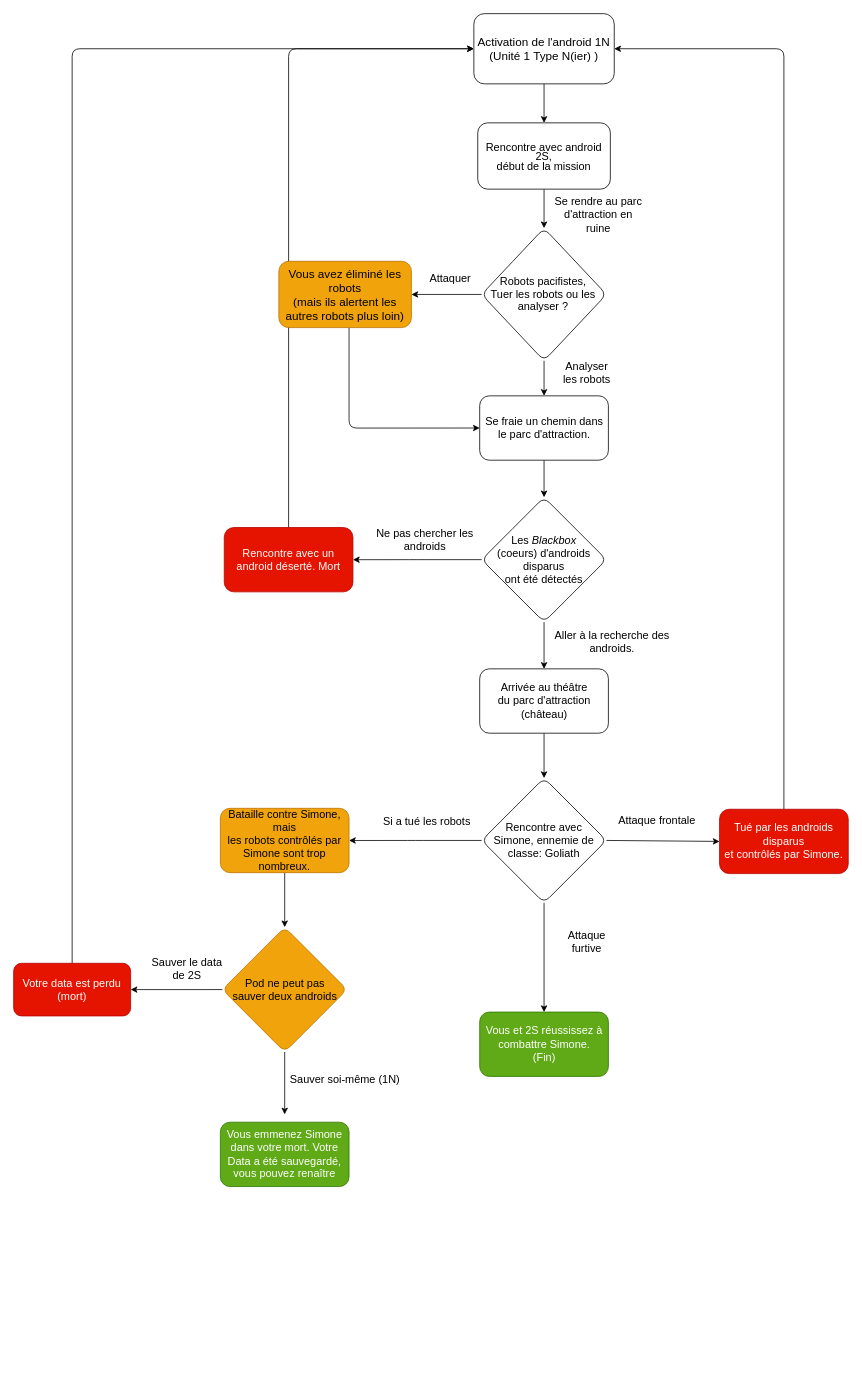
KenzaElHarrif/ELHARRIF-KENZA-vous-etes-le-heros-PROJET-ULTIMATA keeps this draw.io diagram as assets/schema.drawio. Above is the earlier version. Source tidied: cells renumbered, new cells numbered last; positions are measured from the earlier drawing's top-left corner, leaving out a move shared by most shapes. Both pictures are drawn from the tidied source at 78%, with x=0, y=0 at pixel (13, 13).
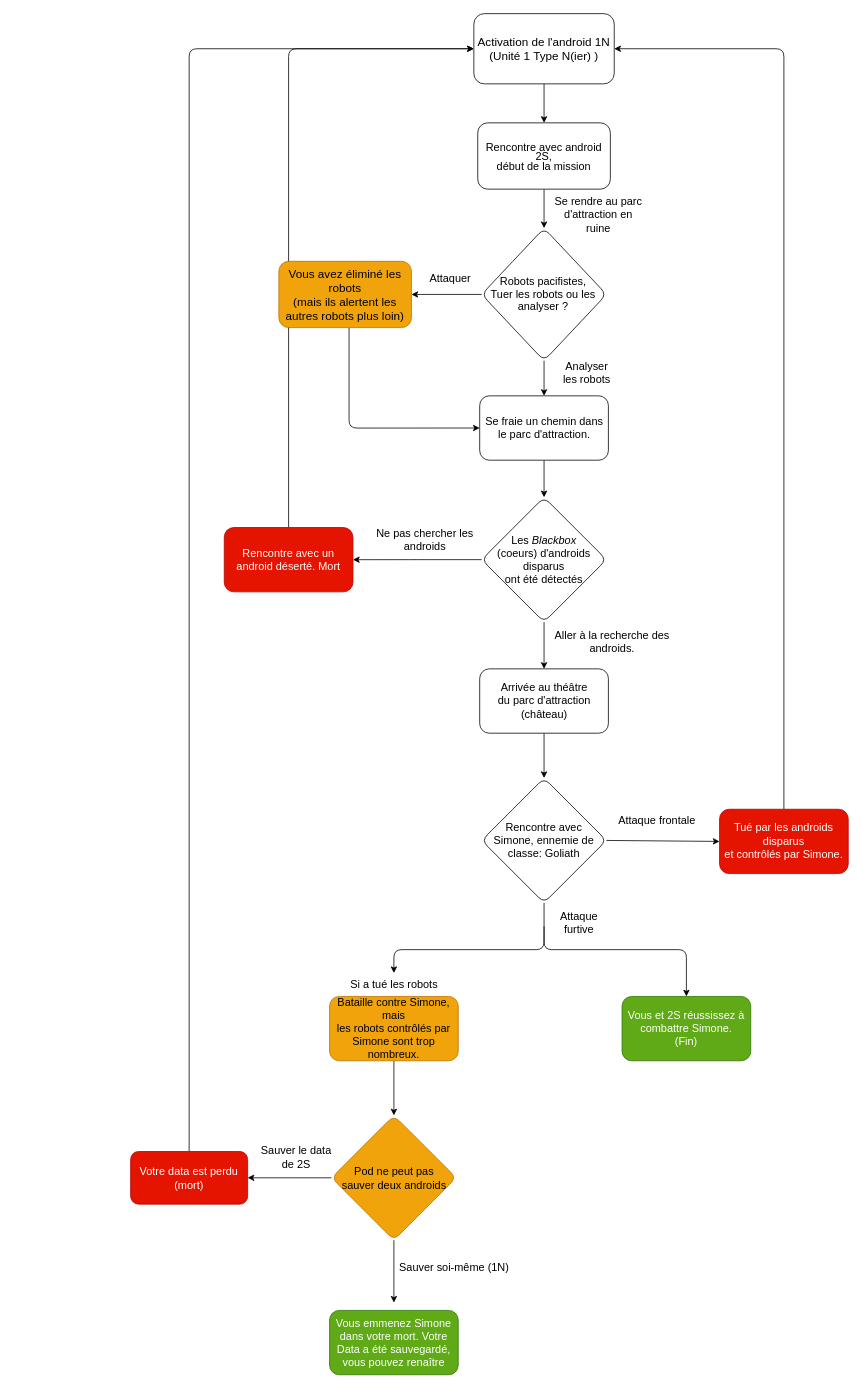
After the change.

Commit message (it also covers changes not shown here):
changement du schema

The change refers to these unchanged cells:
```xml
<mxCell id="30" value="&lt;font style=&quot;font-size: 14px;&quot;&gt;Rencontre avec&lt;br&gt;Simone, ennemie de&lt;br&gt;classe: Goliath&lt;/font&gt;" style="rhombus;whiteSpace=wrap;html=1;rounded=1;" parent="1" vertex="1">
  <mxGeometry x="600" y="980" width="160" height="160" as="geometry" />
</mxCell>
```

What changed in the source:
```diff
@@
     <mxCell id="5" style="edgeStyle=none;html=1;exitX=0.5;exitY=1;exitDx=0;exitDy=0;entryX=0.5;entryY=0;entryDx=0;entryDy=0;" parent="1" edge="1" source="6">
       <mxGeometry relative="1" as="geometry">
-        <mxPoint x="347.5" y="1411.2" as="targetPoint" />
+        <mxPoint x="487.5" y="1652.5" as="targetPoint" />
       </mxGeometry>
     </mxCell>
     <mxCell id="6" value="&lt;font style=&quot;font-size: 14px;&quot;&gt;Pod ne peut pas&lt;br&gt;sauver deux androids&lt;/font&gt;" style="rhombus;whiteSpace=wrap;html=1;rounded=1;fillColor=#f0a30a;fontColor=#000000;strokeColor=#BD7000;" parent="1" vertex="1">
-      <mxGeometry x="267.5" y="1171.2" width="160" height="160" as="geometry" />
+      <mxGeometry x="407.5" y="1412.5" width="160" height="160" as="geometry" />
     </mxCell>
@@
     <mxCell id="8" value="&lt;font style=&quot;font-size: 14px;&quot;&gt;Votre data est perdu (mort)&lt;/font&gt;" style="rounded=1;whiteSpace=wrap;html=1;fillColor=#e51400;fontColor=#ffffff;strokeColor=#B20000;" parent="1" vertex="1">
-      <mxGeometry y="1217.5" width="150" height="67.5" as="geometry" />
+      <mxGeometry x="150" y="1458.8" width="150" height="67.5" as="geometry" />
     </mxCell>
@@
     <mxCell id="20" value="&lt;font style=&quot;font-size: 14px;&quot;&gt;Bataille contre Simone, mais&lt;br&gt;les robots contrôlés par Simone sont trop nombreux.&lt;/font&gt;" style="rounded=1;whiteSpace=wrap;html=1;fontSize=12;fillColor=#f0a30a;fontColor=#000000;strokeColor=#BD7000;" parent="1" vertex="1">
-      <mxGeometry x="265" y="1018.8" width="165" height="82.5" as="geometry" />
+      <mxGeometry x="405" y="1260" width="165" height="82.5" as="geometry" />
     </mxCell>
     <mxCell id="21" value="&lt;font style=&quot;font-size: 14px;&quot;&gt;Si a tué les robots&lt;/font&gt;" style="text;html=1;strokeColor=none;fillColor=none;align=center;verticalAlign=middle;whiteSpace=wrap;rounded=0;" parent="1" vertex="1">
-      <mxGeometry x="465" y="1021.2" width="130" height="30" as="geometry" />
+      <mxGeometry x="422.5" y="1230" width="130" height="30" as="geometry" />
     </mxCell>
@@
     <mxCell id="23" value="&lt;font style=&quot;font-size: 14px;&quot;&gt;Sauver le data de 2S&lt;/font&gt;" style="text;html=1;strokeColor=none;fillColor=none;align=center;verticalAlign=middle;whiteSpace=wrap;rounded=0;" parent="1" vertex="1">
-      <mxGeometry x="170" y="1201.2" width="105" height="46.2" as="geometry" />
+      <mxGeometry x="310" y="1442.5" width="105" height="46.2" as="geometry" />
     </mxCell>
     <mxCell id="24" value="&lt;font style=&quot;font-size: 14px;&quot;&gt;Sauver soi-même (1N)&lt;/font&gt;" style="text;html=1;strokeColor=none;fillColor=none;align=center;verticalAlign=middle;whiteSpace=wrap;rounded=0;" parent="1" vertex="1">
-      <mxGeometry x="350" y="1351.2" width="150" height="30" as="geometry" />
+      <mxGeometry x="490" y="1592.5" width="150" height="30" as="geometry" />
     </mxCell>
     <mxCell id="25" value="&lt;font style=&quot;font-size: 14px;&quot;&gt;Vous et 2S réussissez à combattre Simone.&lt;br&gt;(Fin)&lt;/font&gt;" style="rounded=1;whiteSpace=wrap;html=1;fontSize=12;fillColor=#60a917;fontColor=#ffffff;strokeColor=#2D7600;" parent="1" vertex="1">
-      <mxGeometry x="597.5" y="1280" width="165" height="82.5" as="geometry" />
+      <mxGeometry x="780" y="1260" width="165" height="82.5" as="geometry" />
     </mxCell>
@@
-    <mxCell id="27" style="edgeStyle=none;html=1;exitX=0.5;exitY=1;exitDx=0;exitDy=0;entryX=0.5;entryY=0;entryDx=0;entryDy=0;" parent="1" edge="1" source="30" target="25">
+    <mxCell id="27" style="edgeStyle=orthogonalEdgeStyle;html=1;exitX=0.5;exitY=1;exitDx=0;exitDy=0;entryX=0.5;entryY=0;entryDx=0;entryDy=0;" parent="1" edge="1" source="30" target="25">
       <mxGeometry relative="1" as="geometry" />
     </mxCell>
@@
-    <mxCell id="29" style="edgeStyle=orthogonalEdgeStyle;html=1;exitX=0;exitY=0.5;exitDx=0;exitDy=0;entryX=1;entryY=0.5;entryDx=0;entryDy=0;fontSize=16;" parent="1" edge="1" source="30" target="20">
-      <mxGeometry relative="1" as="geometry" />
+    <mxCell id="29" style="edgeStyle=orthogonalEdgeStyle;html=1;fontSize=16;entryX=0.5;entryY=0;entryDx=0;entryDy=0;" parent="1" edge="1" target="21">
+      <mxGeometry relative="1" as="geometry">
+        <mxPoint x="680" y="1170" as="sourcePoint" />
+        <Array as="points">
+          <mxPoint x="680" y="1200" />
+          <mxPoint x="488" y="1200" />
+        </Array>
+      </mxGeometry>
     </mxCell>
@@
     <mxCell id="41" value="&lt;font style=&quot;font-size: 14px;&quot;&gt;Attaque furtive&lt;/font&gt;" style="text;html=1;strokeColor=none;fillColor=none;align=center;verticalAlign=middle;whiteSpace=wrap;rounded=0;" parent="1" vertex="1">
-      <mxGeometry x="690" y="1175" width="90" height="30" as="geometry" />
+      <mxGeometry x="680" y="1150" width="90" height="30" as="geometry" />
     </mxCell>
@@
     <mxCell id="44" value="&lt;font style=&quot;font-size: 14px;&quot;&gt;Vous emmenez Simone dans votre mort. Votre Data a été sauvegardé, vous pouvez renaître&lt;/font&gt;" style="rounded=1;whiteSpace=wrap;html=1;fontSize=12;fillColor=#60a917;fontColor=#ffffff;strokeColor=#2D7600;" parent="1" vertex="1">
-      <mxGeometry x="265" y="1421.2" width="165" height="82.5" as="geometry" />
+      <mxGeometry x="405" y="1662.5" width="165" height="82.5" as="geometry" />
     </mxCell>
```
